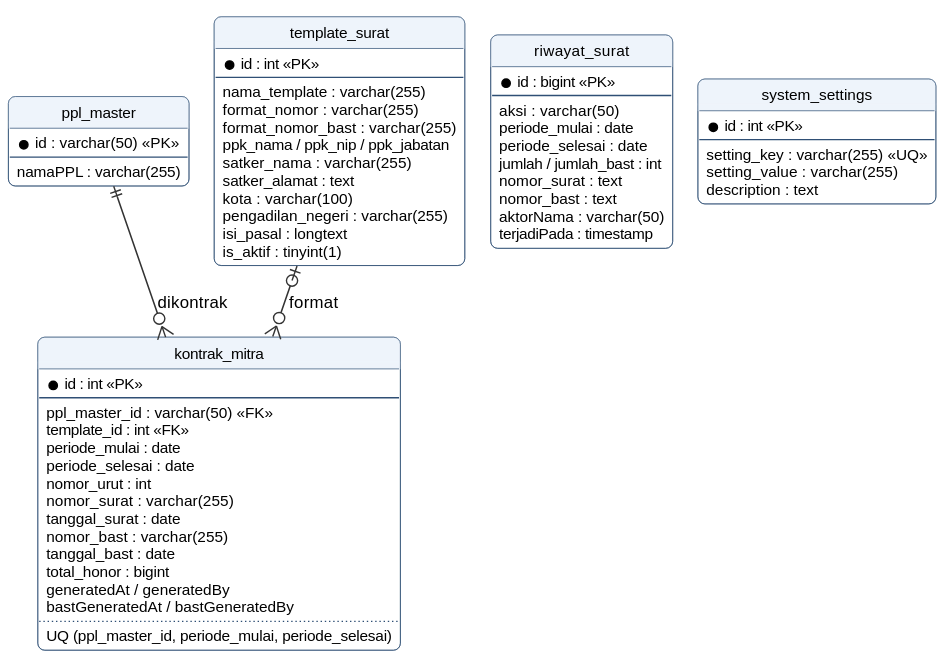
This is docs/diagram/out/erd-surat-pengaturan.svg from kharis5870/Kharisma, a PlantUML export, as it was before one commit. Source of this version:
```plantuml
@startuml
!include _gaya.iuml
hide circle
hide methods

entity "ppl_master" as ppl_master {
  * id : varchar(50) <<PK>>
  --
  namaPPL : varchar(255)
}

entity "kontrak_mitra" as kontrak_mitra {
  * id : int <<PK>>
  --
  ppl_master_id : varchar(50) <<FK>>
  template_id : int <<FK>>
  periode_mulai : date
  periode_selesai : date
  nomor_urut : int
  nomor_surat : varchar(255)
  tanggal_surat : date
  nomor_bast : varchar(255)
  tanggal_bast : date
  total_honor : bigint
  generatedAt / generatedBy
  bastGeneratedAt / bastGeneratedBy
  ..
  UQ (ppl_master_id, periode_mulai, periode_selesai)
}

entity "template_surat" as template_surat {
  * id : int <<PK>>
  --
  nama_template : varchar(255)
  format_nomor : varchar(255)
  format_nomor_bast : varchar(255)
  ppk_nama / ppk_nip / ppk_jabatan
  satker_nama : varchar(255)
  satker_alamat : text
  kota : varchar(100)
  pengadilan_negeri : varchar(255)
  isi_pasal : longtext
  is_aktif : tinyint(1)
}

entity "riwayat_surat" as riwayat_surat {
  * id : bigint <<PK>>
  --
  aksi : varchar(50)
  periode_mulai : date
  periode_selesai : date
  jumlah / jumlah_bast : int
  nomor_surat : text
  nomor_bast : text
  aktorNama : varchar(50)
  terjadiPada : timestamp
}

entity "system_settings" as system_settings {
  * id : int <<PK>>
  --
  setting_key : varchar(255) <<UQ>>
  setting_value : varchar(255)
  description : text
}

ppl_master ||--o{ kontrak_mitra : dikontrak
template_surat |o--o{ kontrak_mitra : format
@enduml
```
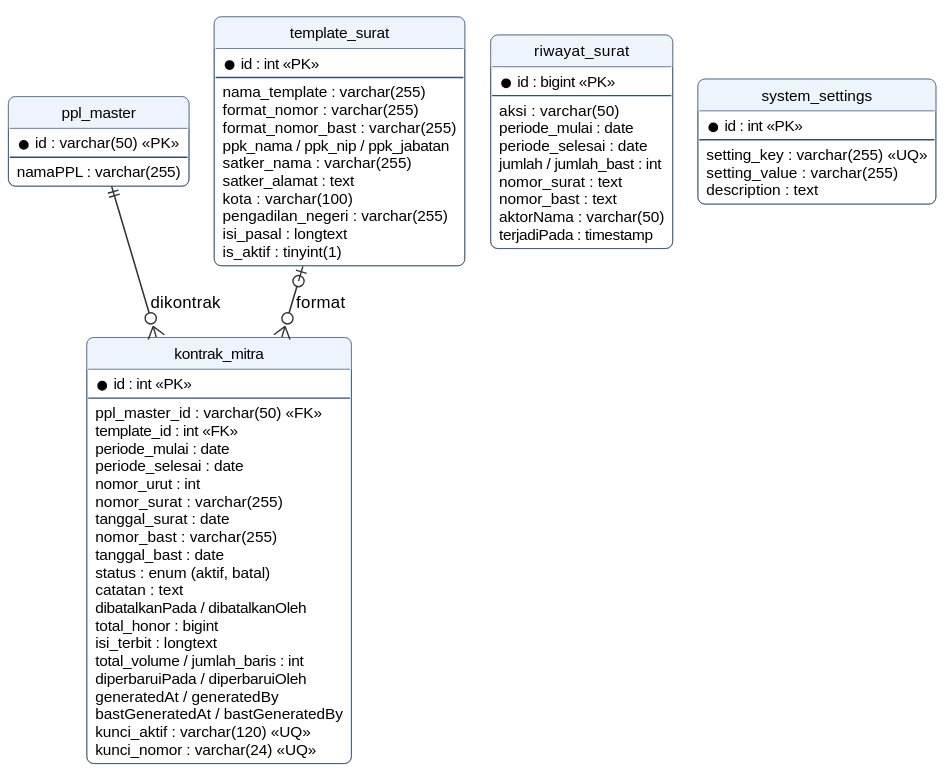
Later version of the same file.

What changed in the source:
```diff
@@ -21,11 +21,17 @@
   tanggal_surat : date
   nomor_bast : varchar(255)
   tanggal_bast : date
+  status : enum (aktif, batal)
+  catatan : text
+  dibatalkanPada / dibatalkanOleh
   total_honor : bigint
+  isi_terbit : longtext
+  total_volume / jumlah_baris : int
+  diperbaruiPada / diperbaruiOleh
   generatedAt / generatedBy
   bastGeneratedAt / bastGeneratedBy
-  ..
-  UQ (ppl_master_id, periode_mulai, periode_selesai)
+  kunci_aktif : varchar(120) <<UQ>>
+  kunci_nomor : varchar(24) <<UQ>>
 }
 
 entity "template_surat" as template_surat {
```
